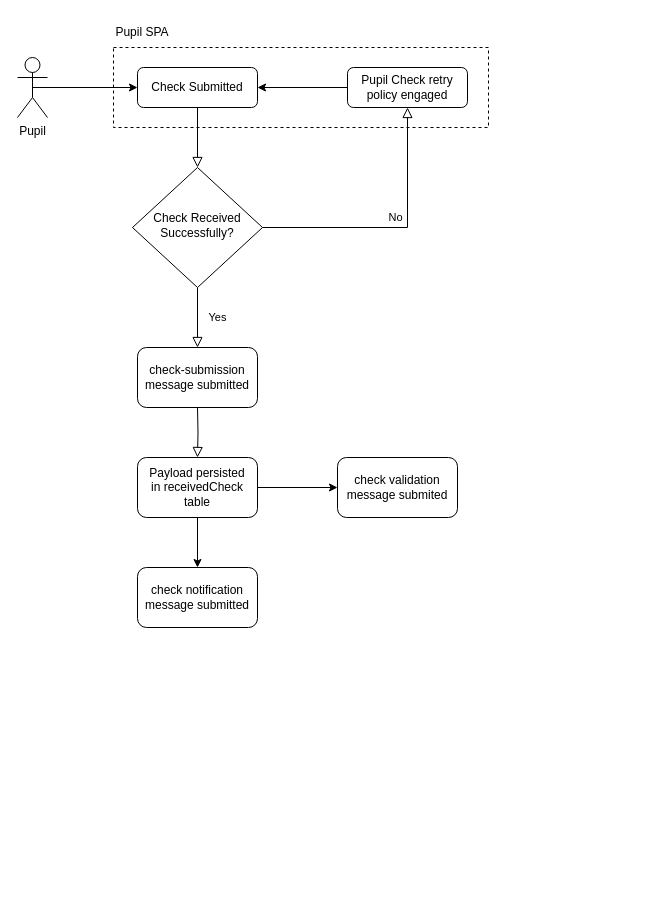
This is docs/architecture/check-submission/Check Submission-FlowChart.drawio from DFEAGILEDEVOPS/MTC, a draw.io file, before an edit. Source tidied: cells renumbered, new cells numbered last; positions are measured from the earlier drawing's top-left corner, leaving out a move shared by most shapes. Both pictures are drawn from the tidied source at 100%, with x=0, y=0 at pixel (17, 17).
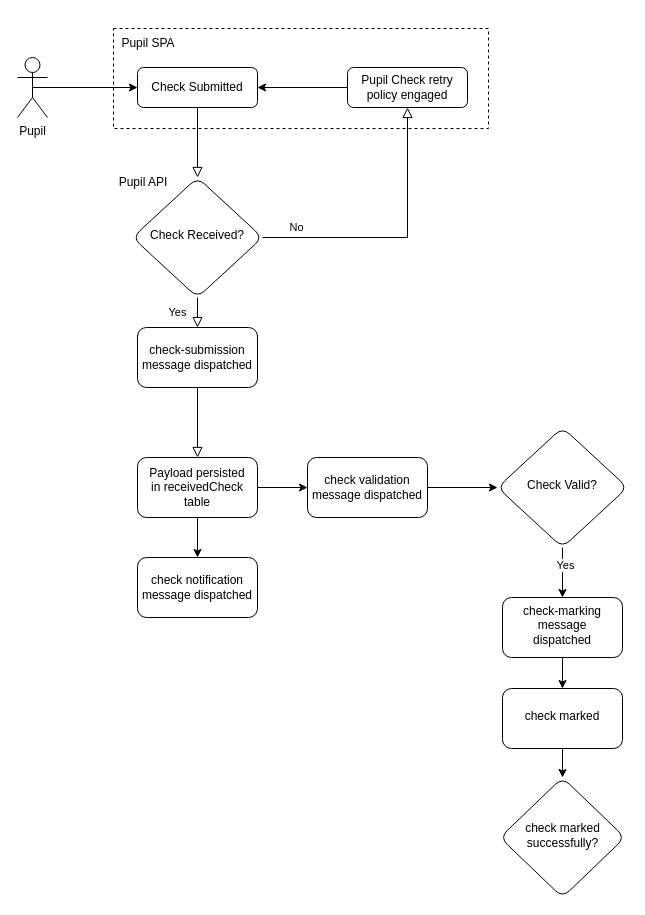
The same diagram, later.

Commit message (it also covers changes not shown here):
move check submission event info and add diagram source file

The change refers to these unchanged cells:
```xml
<mxCell id="7" value="Pupil Check retry policy engaged" style="rounded=1;whiteSpace=wrap;html=1;fontSize=12;glass=0;strokeWidth=1;shadow=0;" parent="1" vertex="1">
  <mxGeometry x="330" y="50" width="120" height="40" as="geometry" />
</mxCell>
<mxCell id="11" value="Payload persisted&lt;div&gt;in receivedCheck table&lt;/div&gt;" style="rounded=1;whiteSpace=wrap;html=1;fontSize=12;glass=0;strokeWidth=1;shadow=0;" parent="1" vertex="1">
  <mxGeometry x="120" y="440" width="120" height="60" as="geometry" />
</mxCell>
<mxCell id="14" value="Pupil" style="shape=umlActor;verticalLabelPosition=bottom;verticalAlign=top;html=1;outlineConnect=0;" parent="1" vertex="1">
  <mxGeometry y="40" width="30" height="60" as="geometry" />
</mxCell>
```

Diff of the diagram source:
```diff
@@
     <mxCell id="5" value="No" style="edgeStyle=orthogonalEdgeStyle;rounded=0;html=1;jettySize=auto;fontSize=11;endArrow=block;endFill=0;endSize=8;strokeWidth=1;shadow=0;labelBackgroundColor=none;" parent="1" edge="1" source="6" target="7">
-      <mxGeometry y="10" relative="1" as="geometry" />
+      <mxGeometry x="-0.75" y="10" relative="1" as="geometry" />
     </mxCell>
-    <mxCell id="6" value="Check Received Successfully?" style="rhombus;whiteSpace=wrap;html=1;shadow=0;fontFamily=Helvetica;fontSize=12;align=center;strokeWidth=1;spacing=6;spacingTop=-4;" parent="1" vertex="1">
-      <mxGeometry x="115" y="150" width="130" height="120" as="geometry" />
+    <mxCell id="6" value="Check Received?" style="rhombus;whiteSpace=wrap;html=1;shadow=0;fontFamily=Helvetica;fontSize=12;align=center;strokeWidth=1;spacing=6;spacingTop=-4;rounded=1;" parent="1" vertex="1">
+      <mxGeometry x="115" y="160" width="130" height="120" as="geometry" />
     </mxCell>
@@
-    <mxCell id="8" style="rounded=0;html=1;jettySize=auto;fontSize=11;endArrow=block;endFill=0;endSize=8;strokeWidth=1;shadow=0;labelBackgroundColor=none;edgeStyle=orthogonalEdgeStyle;" parent="1" edge="1" target="11">
-      <mxGeometry x="0.33" y="20" relative="1" as="geometry">
-        <mxPoint x="180" y="390" as="sourcePoint" />
-      </mxGeometry>
+    <mxCell id="8" style="rounded=0;html=1;jettySize=auto;fontSize=11;endArrow=block;endFill=0;endSize=8;strokeWidth=1;shadow=0;labelBackgroundColor=none;edgeStyle=orthogonalEdgeStyle;exitX=0.5;exitY=1;exitDx=0;exitDy=0;" parent="1" edge="1" source="12" target="11">
+      <mxGeometry x="0.33" y="20" relative="1" as="geometry" />
     </mxCell>
@@
-    <mxCell id="12" value="check-submission message submitted" style="rounded=1;whiteSpace=wrap;html=1;fontSize=12;glass=0;strokeWidth=1;shadow=0;" parent="1" vertex="1">
-      <mxGeometry x="120" y="330" width="120" height="60" as="geometry" />
+    <mxCell id="12" value="check-submission message dispatched" style="rounded=1;whiteSpace=wrap;html=1;fontSize=12;glass=0;strokeWidth=1;shadow=0;" parent="1" vertex="1">
+      <mxGeometry x="120" y="310" width="120" height="60" as="geometry" />
     </mxCell>
@@
-    <mxCell id="15" value="check notification message submitted" style="whiteSpace=wrap;html=1;rounded=1;glass=0;strokeWidth=1;shadow=0;" parent="1" vertex="1">
-      <mxGeometry x="120" y="550" width="120" height="60" as="geometry" />
+    <mxCell id="15" value="check notification message dispatched" style="whiteSpace=wrap;html=1;rounded=1;glass=0;strokeWidth=1;shadow=0;" parent="1" vertex="1">
+      <mxGeometry x="120" y="540" width="120" height="60" as="geometry" />
     </mxCell>
+    <mxCell id="20" style="edgeStyle=orthogonalEdgeStyle;rounded=0;jettySize=auto;html=1;entryX=0;entryY=0.5;entryDx=0;entryDy=0;fontFamily=Helvetica;fontSize=12;fontColor=default;" parent="1" edge="1" source="16" target="23">
+      <mxGeometry relative="1" as="geometry" />
+    </mxCell>
-    <mxCell id="16" value="check validation message submited" style="whiteSpace=wrap;html=1;rounded=1;glass=0;strokeWidth=1;shadow=0;" parent="1" vertex="1">
-      <mxGeometry x="320" y="440" width="120" height="60" as="geometry" />
+    <mxCell id="16" value="check validation message dispatched" style="whiteSpace=wrap;html=1;rounded=1;glass=0;strokeWidth=1;shadow=0;" parent="1" vertex="1">
+      <mxGeometry x="290" y="440" width="120" height="60" as="geometry" />
     </mxCell>
-    <mxCell id="17" style="rounded=0;whiteSpace=wrap;html=1;dashed=1;fillColor=none;" parent="1" vertex="1">
-      <mxGeometry x="96" y="30" width="375" height="80" as="geometry" />
-    </mxCell>
+    <mxCell id="19" style="endArrow=classic;html=1;exitX=0.5;exitY=0.5;exitDx=0;exitDy=0;exitPerimeter=0;" parent="1" edge="1" source="14">
+      <mxGeometry relative="1" as="geometry">
+        <mxPoint x="120" y="70" as="targetPoint" />
+      </mxGeometry>
+    </mxCell>
+    <mxCell id="21" style="edgeStyle=orthogonalEdgeStyle;rounded=0;jettySize=auto;html=1;fontFamily=Helvetica;fontSize=12;fontColor=default;" parent="1" edge="1" source="23" target="25">
+      <mxGeometry relative="1" as="geometry" />
+    </mxCell>
+    <mxCell id="22" value="Yes" style="edgeLabel;html=1;align=center;verticalAlign=middle;" parent="21" vertex="1">
+      <mxGeometry x="-0.31" y="2" relative="1" as="geometry" />
+    </mxCell>
+    <mxCell id="23" value="Check Valid?" style="rhombus;whiteSpace=wrap;html=1;shadow=0;fontFamily=Helvetica;fontSize=12;align=center;strokeWidth=1;spacing=6;spacingTop=-4;rounded=1;" parent="1" vertex="1">
+      <mxGeometry x="480" y="410" width="130" height="120" as="geometry" />
+    </mxCell>
+    <mxCell id="24" style="edgeStyle=none;html=1;" parent="1" edge="1" source="25" target="27">
+      <mxGeometry relative="1" as="geometry" />
+    </mxCell>
+    <mxCell id="25" value="check-marking message dispatched" style="whiteSpace=wrap;html=1;shadow=0;strokeWidth=1;spacing=6;spacingTop=-4;rounded=1;glass=0;" parent="1" vertex="1">
+      <mxGeometry x="485" y="580" width="120" height="60" as="geometry" />
+    </mxCell>
+    <mxCell id="26" style="edgeStyle=none;html=1;" parent="1" edge="1" source="27" target="28">
+      <mxGeometry relative="1" as="geometry" />
+    </mxCell>
+    <mxCell id="27" value="check marked" style="whiteSpace=wrap;html=1;shadow=0;strokeWidth=1;spacing=6;spacingTop=-4;rounded=1;glass=0;" parent="1" vertex="1">
+      <mxGeometry x="485" y="671" width="120" height="60" as="geometry" />
+    </mxCell>
+    <mxCell id="28" value="check marked successfully?" style="rhombus;whiteSpace=wrap;html=1;shadow=0;strokeWidth=1;spacing=6;spacingTop=-4;rounded=1;glass=0;" parent="1" vertex="1">
+      <mxGeometry x="482.5" y="760" width="125" height="120" as="geometry" />
+    </mxCell>
+    <mxCell id="29" parent="0" />
+    <mxCell id="30" style="group;" parent="29" vertex="1">
+      <mxGeometry x="96" y="11" width="375" height="100" as="geometry" />
+    </mxCell>
+    <mxCell id="31" style="rounded=0;whiteSpace=wrap;html=1;dashed=1;fillColor=none;" parent="30" vertex="1">
+      <mxGeometry width="375" height="100" as="geometry" />
+    </mxCell>
-    <mxCell id="18" value="Pupil SPA" style="text;html=1;strokeColor=none;fillColor=none;align=center;verticalAlign=middle;whiteSpace=wrap;rounded=0;dashed=1;opacity=0;" parent="1" vertex="1">
-      <mxGeometry x="90" width="70" height="30" as="geometry" />
+    <mxCell id="18" value="Pupil SPA" style="text;html=1;strokeColor=none;fillColor=none;align=center;verticalAlign=middle;whiteSpace=wrap;rounded=0;dashed=1;opacity=0;" parent="30" vertex="1">
+      <mxGeometry width="70" height="30" as="geometry" />
     </mxCell>
-    <mxCell id="19" style="endArrow=classic;html=1;exitX=0.5;exitY=0.5;exitDx=0;exitDy=0;exitPerimeter=0;" parent="1" edge="1" source="14">
-      <mxGeometry relative="1" as="geometry">
-        <mxPoint x="120" y="70" as="targetPoint" />
-      </mxGeometry>
-    </mxCell>
+    <mxCell id="32" value="Pupil API" style="text;html=1;strokeColor=none;fillColor=none;align=center;verticalAlign=middle;whiteSpace=wrap;rounded=0;sketch=0;opacity=0;" parent="29" vertex="1">
+      <mxGeometry x="96" y="150" width="60" height="30" as="geometry" />
+    </mxCell>
```
